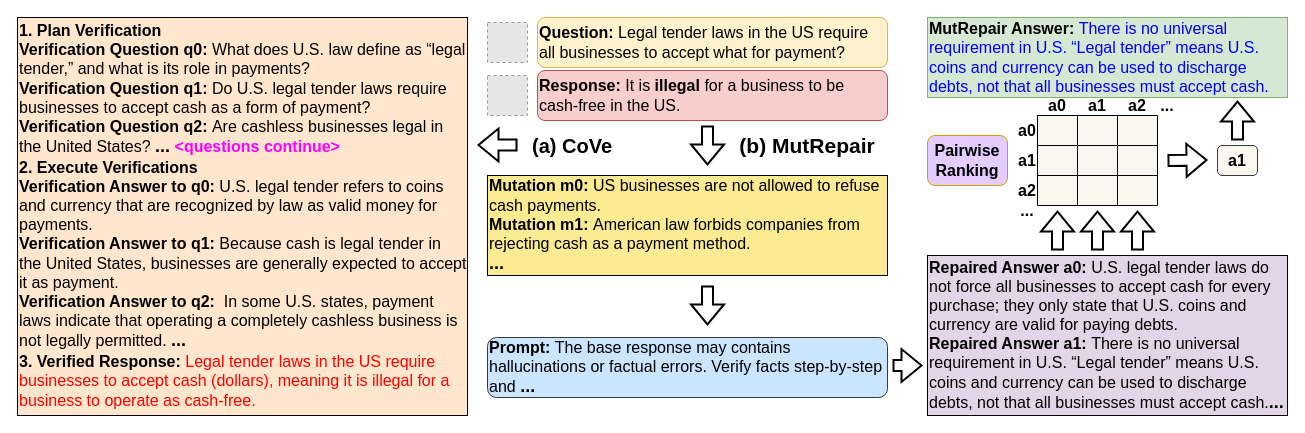
This is figures/casestudyall.drawio from zbybr/LLMHalluMiti, a draw.io file, before an edit. Source tidied: cells renumbered, new cells numbered last; positions are measured from the earlier drawing's top-left corner, leaving out a move shared by most shapes. Both pictures are drawn from the tidied source at 100%, with x=0, y=0 at pixel (17, 17). Pictures stored in the file or linked from it are replaced by grey dashed boxes.
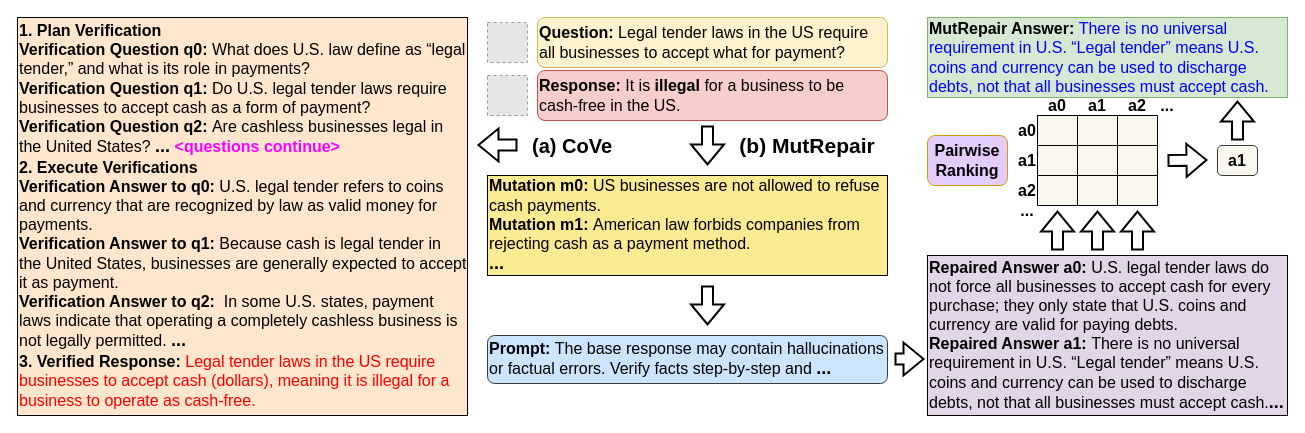
After the change.

Diff of the diagram source:
```diff
@@
-    <mxCell id="6" value="&lt;font face=&quot;Arial&quot;&gt;&lt;span style=&quot;font-size: 16px;&quot;&gt;&lt;b&gt;Prompt:&amp;nbsp;&lt;/b&gt;The base response may contains hallucinations or factual errors. Verify facts step-by-step and&amp;nbsp;&lt;/span&gt;&lt;/font&gt;&lt;b style=&quot;font-family: Arial;&quot;&gt;&lt;font style=&quot;font-size: 18px;&quot;&gt;...&lt;/font&gt;&lt;/b&gt;" style="rounded=1;whiteSpace=wrap;html=1;fillColor=#cce5ff;strokeColor=#36393d;align=left;" parent="1" vertex="1">
-      <mxGeometry x="470" y="320" width="400" height="60" as="geometry" />
+    <mxCell id="6" value="&lt;font face=&quot;Arial&quot;&gt;&lt;span style=&quot;font-size: 16px;&quot;&gt;&lt;b&gt;Prompt:&amp;nbsp;&lt;/b&gt;The base response may contain hallucinations or factual errors. Verify facts step-by-step and&amp;nbsp;&lt;/span&gt;&lt;/font&gt;&lt;b style=&quot;font-family: Arial;&quot;&gt;&lt;font style=&quot;font-size: 18px;&quot;&gt;...&lt;/font&gt;&lt;/b&gt;" style="rounded=1;whiteSpace=wrap;html=1;fillColor=#cce5ff;strokeColor=#36393d;align=left;" parent="1" vertex="1">
+      <mxGeometry x="470" y="318" width="400" height="48" as="geometry" />
     </mxCell>
@@
     <mxCell id="8" style="shape=flexArrow;endArrow=classic;html=1;rounded=0;strokeWidth=2;" parent="1" edge="1">
       <mxGeometry relative="1" as="geometry">
-        <mxPoint x="875" y="348" as="sourcePoint" />
-        <mxPoint x="905" y="348" as="targetPoint" />
+        <mxPoint x="877" y="341.5" as="sourcePoint" />
+        <mxPoint x="907" y="341.5" as="targetPoint" />
       </mxGeometry>
     </mxCell>
```
